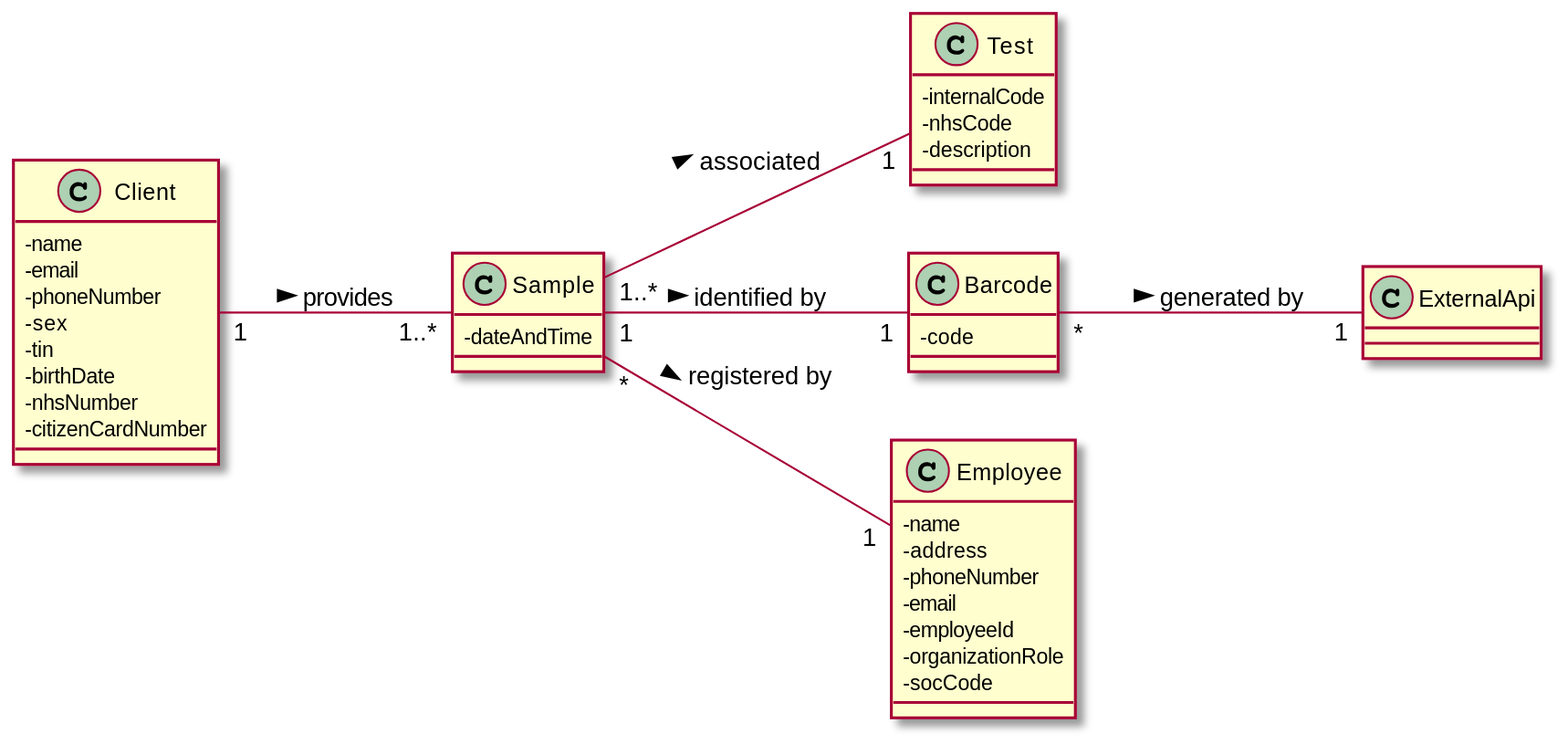
Above: docs/SprintC/US05/US05_DM.svg in manu-07-ela/LAPR2_ISEP (PlantUML), before the change. The source it was exported from:
```plantuml
@startuml
skinparam classAttributeIconSize 0
left to right direction
class Client{
 - name
 - email
 - phoneNumber
 - sex
 - tin
 - birthDate
 - nhsNumber
 - citizenCardNumber
}

class Sample{
-dateAndTime
}

class Test{
-internalCode
-nhsCode
-description
}

class Barcode{
-code
}

class Employee{
-name
-address
-phoneNumber
-email
-employeeId
-organizationRole
-socCode
}





Sample "1..*"--"1" Test : associated >
Sample "1"--"1" Barcode : identified by >
Sample "*"--"1" Employee : registered by >
Client "1"--"1..*" Sample : provides >
Barcode "*"--"1" ExternalApi : generated by >

@enduml
```
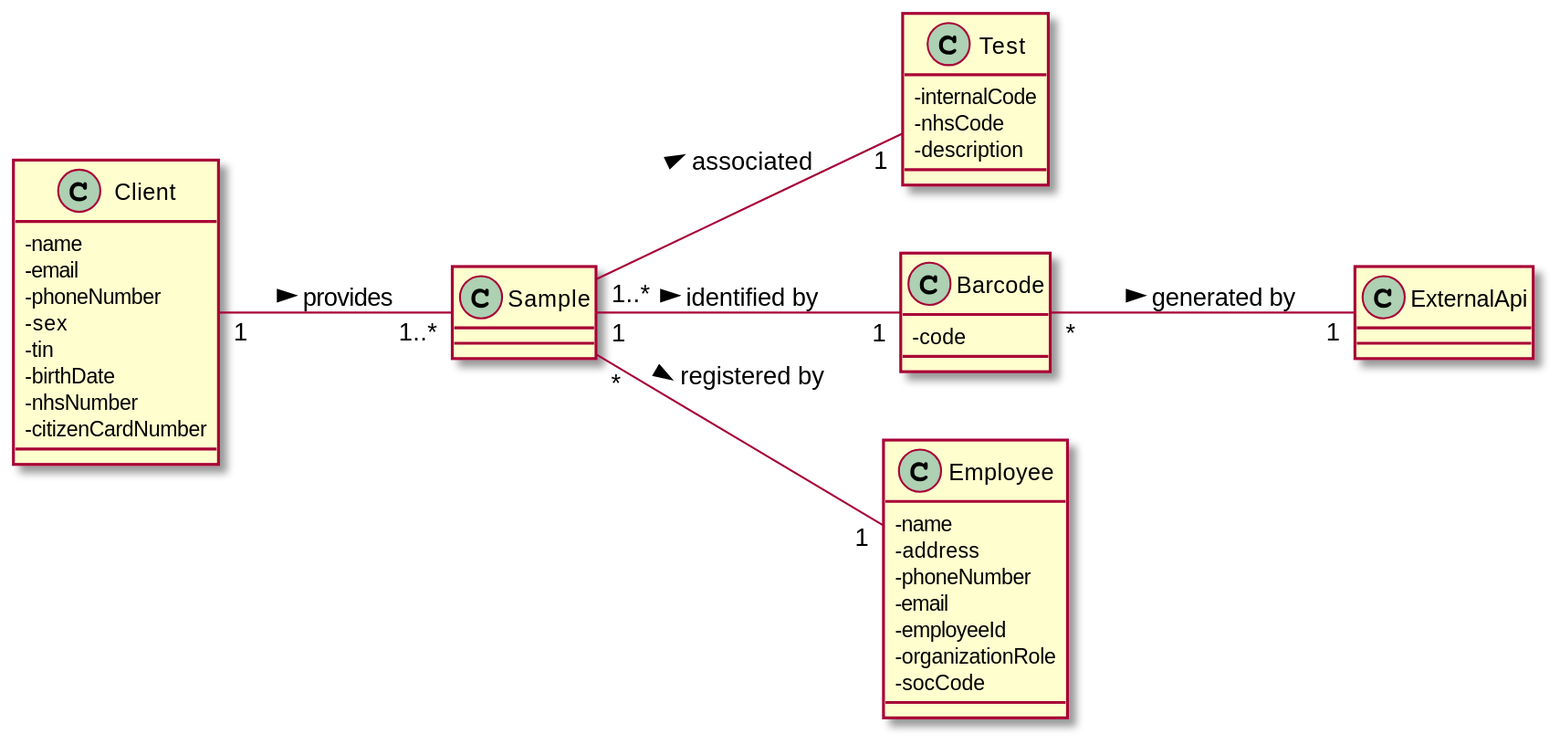
After the commit.

Change to the diagram source:
```diff
@@ -13,7 +13,6 @@
 }
 
 class Sample{
--dateAndTime
 }
 
 class Test{
```
